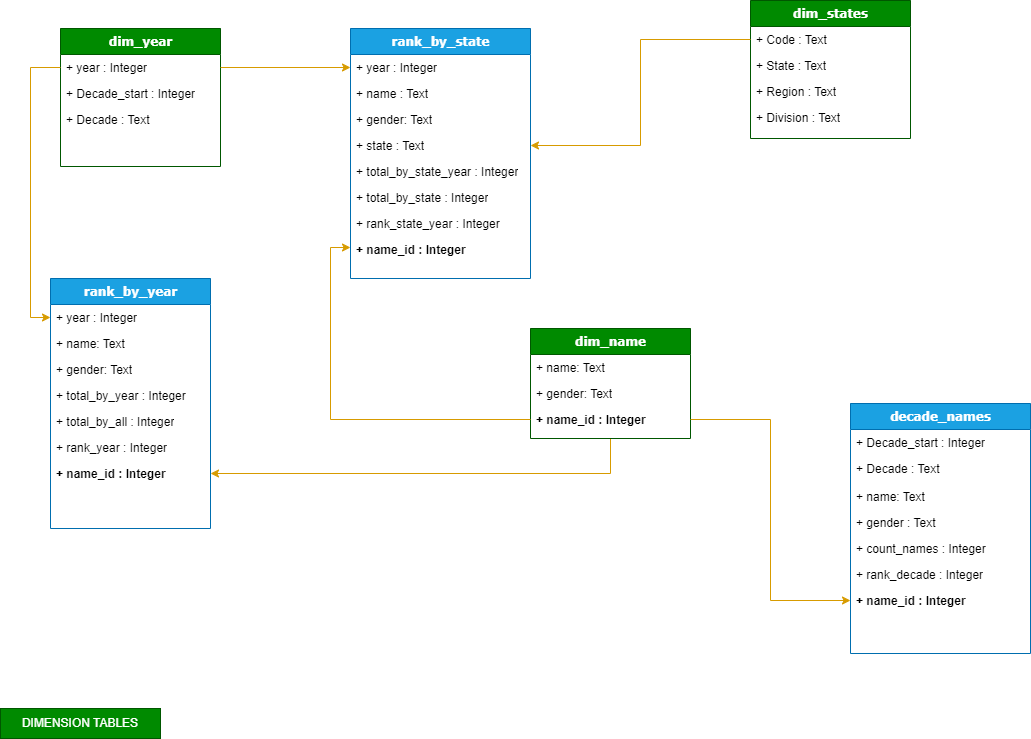
aurelpow/US_baby_names keeps this draw.io diagram as Data_Model.png. Above is the earlier version. Source tidied: cells renumbered, new cells last; positions are measured from the earlier drawing's top-left corner, leaving out a move shared by most shapes.
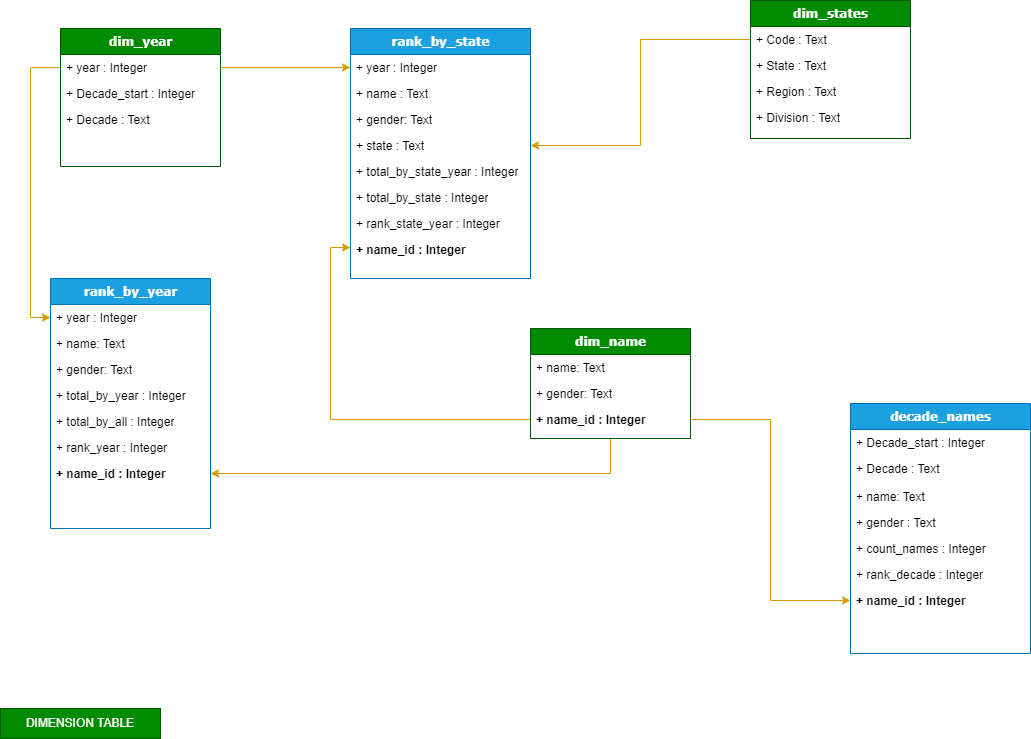
After the change.

What changed in the source:
```diff
@@ -134,7 +134,7 @@
     <mxCell id="45" style="edgeStyle=orthogonalEdgeStyle;rounded=0;jettySize=auto;html=1;fillColor=#ffcd28;strokeColor=#d79b00;gradientColor=#ffa500;" parent="1" edge="1" source="11" target="24">
       <mxGeometry relative="1" as="geometry" />
     </mxCell>
-    <mxCell id="46" value="DIMENSION TABLES" style="rounded=0;whiteSpace=wrap;html=1;fillColor=#008a00;strokeColor=#005700;fontColor=#ffffff;" parent="1" vertex="1">
+    <mxCell id="46" value="DIMENSION TABLE" style="rounded=0;whiteSpace=wrap;html=1;fillColor=#008a00;strokeColor=#005700;fontColor=#ffffff;" parent="1" vertex="1">
       <mxGeometry y="708" width="160" height="30" as="geometry" />
     </mxCell>
   </root>
```
